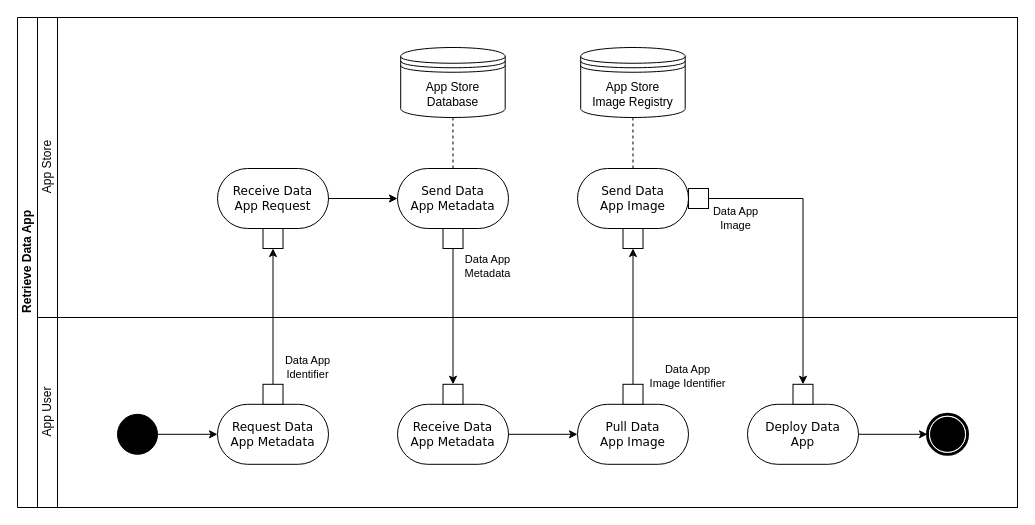
Above: page "Page-1" (1 of 2) of documentation/3_Layers_of_the_Reference_Architecture_Model/3_3_Process_Layer/media/retrieve-data-app-process.drawio in International-Data-Spaces-Association/IDS-RAM_4_0 (draw.io), before the change. Source tidied: cells renumbered, new cells numbered last; positions are measured from the earlier drawing's top-left corner, leaving out a move shared by most shapes. Both pictures are drawn from the tidied source at 100%, with x=0, y=0 at pixel (17, 17).
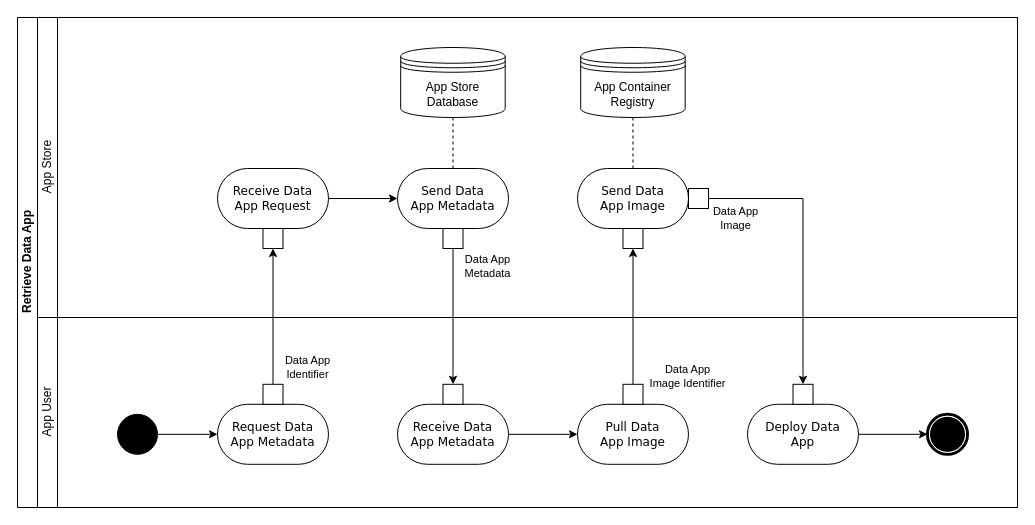
The same page after the edit.

Commit message (it also covers changes not shown here):
Change image registry name to container registry

Unchanged cells that the change refers to:
```xml
<mxCell id="5" value="App Store" style="swimlane;html=1;startSize=20;horizontal=0;fontStyle=0;" parent="2" vertex="1">
  <mxGeometry x="20" width="980" height="300" as="geometry" />
</mxCell>
```

What changed in the source:
```diff
@@
-    <mxCell id="10" value="&lt;div&gt;App Store&lt;/div&gt;&lt;div&gt;Image Registry&lt;/div&gt;" style="shape=datastore;whiteSpace=wrap;html=1;" parent="5" vertex="1">
+    <mxCell id="10" value="App Container Registry" style="shape=datastore;whiteSpace=wrap;html=1;" parent="5" vertex="1">
       <mxGeometry x="543.2" y="30" width="104.5" height="70" as="geometry" />
     </mxCell>
```
